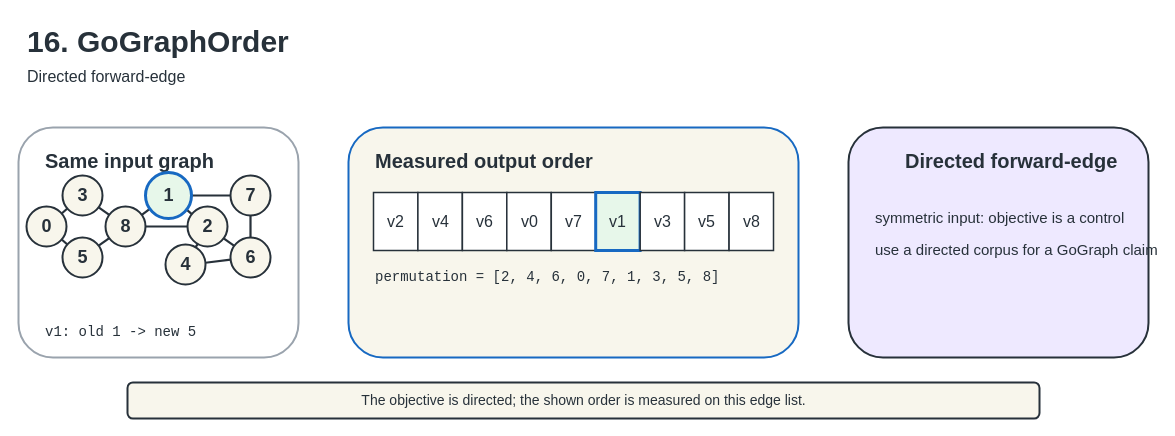
Above: docs/figures/editable/16-gographorder.drawio in UVA-LavaLab/GraphBrew (draw.io), before the change. Source tidied: cells renumbered, new cells numbered last; positions are measured from the earlier drawing's top-left corner, leaving out a move shared by most shapes. Both pictures are drawn from the tidied source at 100%, with x=0, y=0 at pixel (18, 17).
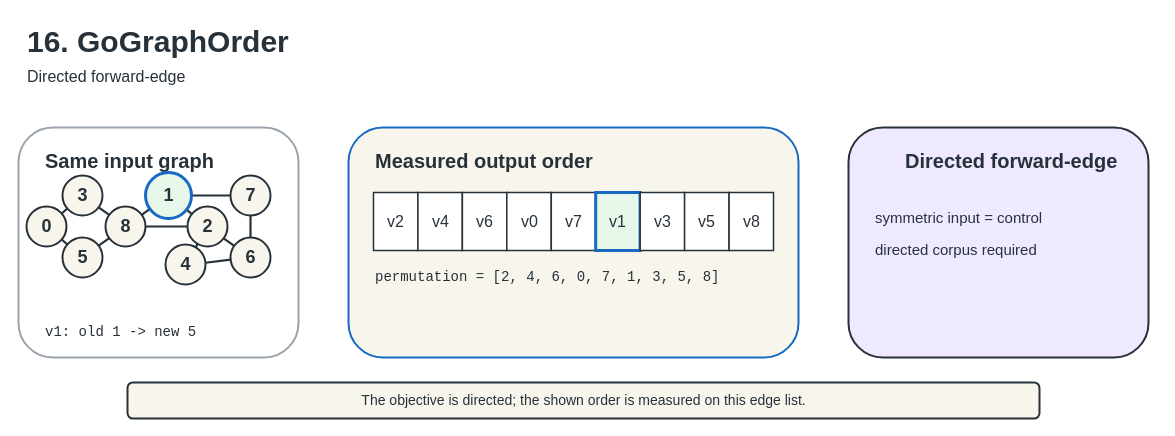
After the change.

Change to the diagram source:
```diff
@@
-    <mxCell id="43" value="symmetric input: objective is a control" style="text;html=1;strokeColor=none;fillColor=none;fontSize=15;fontColor=#27313A;" parent="1" vertex="1">
+    <mxCell id="43" value="symmetric input = control" style="text;html=1;strokeColor=none;fillColor=none;fontSize=15;fontColor=#27313A;" parent="1" vertex="1">
       <mxGeometry x="855" y="185" width="250" height="28" as="geometry" />
     </mxCell>
-    <mxCell id="44" value="use a directed corpus for a GoGraph claim" style="text;html=1;strokeColor=none;fillColor=none;fontSize=15;fontColor=#27313A;" parent="1" vertex="1">
+    <mxCell id="44" value="directed corpus required" style="text;html=1;strokeColor=none;fillColor=none;fontSize=15;fontColor=#27313A;" parent="1" vertex="1">
       <mxGeometry x="855" y="217" width="250" height="28" as="geometry" />
     </mxCell>
```
